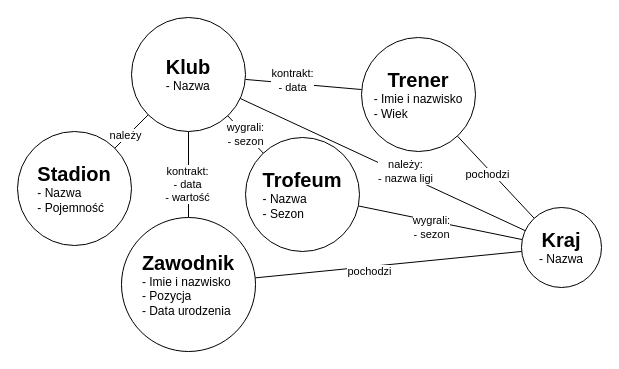
Above: Projekt_pikarski.drawio in albertmazur/scraper_club (draw.io), before the change. Source tidied: cells renumbered, new cells numbered last; positions are measured from the earlier drawing's top-left corner, leaving out a move shared by most shapes. Both pictures are drawn from the tidied source at 100%, with x=0, y=0 at pixel (17, 17).
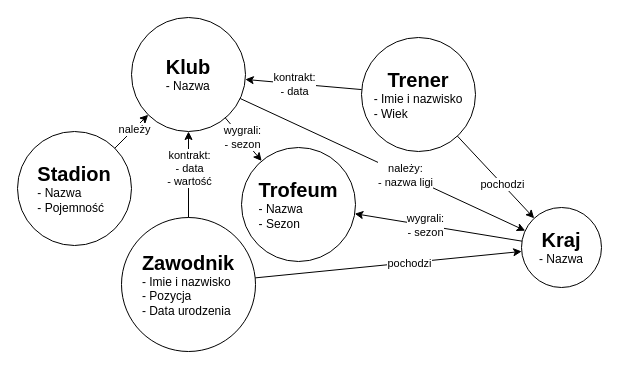
Above is the later version.

Commit message (it also covers changes not shown here):
Poprawa schematu

Unchanged cells that the change refers to:
```xml
<mxCell id="16" value="&lt;b&gt;&lt;font style=&quot;font-size: 20px;&quot;&gt;Zawodnik&lt;/font&gt;&lt;/b&gt;&lt;br&gt;&lt;div style=&quot;text-align: left;&quot;&gt;&lt;span style=&quot;background-color: initial;&quot;&gt;- Imie i nazwisko&lt;/span&gt;&lt;/div&gt;&lt;div style=&quot;text-align: left;&quot;&gt;&lt;span style=&quot;background-color: initial;&quot;&gt;- Pozycja&lt;/span&gt;&lt;/div&gt;&lt;div style=&quot;text-align: left;&quot;&gt;&lt;span style=&quot;background-color: initial;&quot;&gt;- Data urodzenia&lt;/span&gt;&lt;/div&gt;" style="ellipse;whiteSpace=wrap;html=1;align=center;" parent="1" vertex="1">
  <mxGeometry x="104" y="200" width="134" height="134" as="geometry" />
</mxCell>
<mxCell id="17" value="&lt;b&gt;&lt;font style=&quot;font-size: 20px;&quot;&gt;Stadion&lt;/font&gt;&lt;/b&gt;&lt;br&gt;&lt;div style=&quot;text-align: left;&quot;&gt;&lt;span style=&quot;background-color: initial;&quot;&gt;- Nazwa&lt;/span&gt;&lt;/div&gt;&lt;div style=&quot;text-align: left;&quot;&gt;&lt;span style=&quot;background-color: initial;&quot;&gt;- Pojemność&lt;/span&gt;&lt;/div&gt;" style="ellipse;whiteSpace=wrap;html=1;align=center;" parent="1" vertex="1">
  <mxGeometry y="114" width="114" height="114" as="geometry" />
</mxCell>
<mxCell id="19" value="&lt;span style=&quot;font-size: 20px;&quot;&gt;&lt;b&gt;Kraj&lt;/b&gt;&lt;/span&gt;&lt;br&gt;&lt;div style=&quot;text-align: left;&quot;&gt;&lt;span style=&quot;background-color: initial;&quot;&gt;- Nazwa&lt;/span&gt;&lt;/div&gt;" style="ellipse;whiteSpace=wrap;html=1;align=center;" parent="1" vertex="1">
  <mxGeometry x="504" y="190" width="80" height="80" as="geometry" />
</mxCell>
<mxCell id="20" value="&lt;span style=&quot;font-size: 20px;&quot;&gt;&lt;b&gt;Trener&lt;/b&gt;&lt;/span&gt;&lt;br&gt;&lt;div style=&quot;text-align: left;&quot;&gt;&lt;span style=&quot;background-color: initial;&quot;&gt;- Imie i nazwisko&lt;/span&gt;&lt;/div&gt;&lt;div style=&quot;text-align: left;&quot;&gt;&lt;span style=&quot;background-color: initial;&quot;&gt;- Wiek&lt;/span&gt;&lt;/div&gt;" style="ellipse;whiteSpace=wrap;html=1;align=center;" parent="1" vertex="1">
  <mxGeometry x="344" y="20" width="114" height="114" as="geometry" />
</mxCell>
<mxCell id="21" value="&lt;b&gt;&lt;font style=&quot;font-size: 20px;&quot;&gt;Klub&lt;/font&gt;&lt;/b&gt;&lt;br&gt;&lt;div style=&quot;text-align: left;&quot;&gt;&lt;span style=&quot;background-color: initial;&quot;&gt;- Nazwa&lt;/span&gt;&lt;/div&gt;" style="ellipse;whiteSpace=wrap;html=1;align=center;" parent="1" vertex="1">
  <mxGeometry x="114" width="114" height="114" as="geometry" />
</mxCell>
```

What changed in the source:
```diff
@@
-    <mxCell id="2" style="endArrow=none;html=1;rounded=0;" parent="1" edge="1" source="21" target="20">
-      <mxGeometry relative="1" as="geometry" />
-    </mxCell>
-    <mxCell id="3" value="kontrakt:&lt;br&gt;- data" style="edgeLabel;html=1;align=center;verticalAlign=middle;" parent="2" vertex="1">
-      <mxGeometry x="-0.2" y="4" relative="1" as="geometry" />
-    </mxCell>
-    <mxCell id="4" style="endArrow=none;html=1;rounded=0;" parent="1" edge="1" source="21" target="16">
-      <mxGeometry relative="1" as="geometry" />
-    </mxCell>
-    <mxCell id="5" value="kontrakt:&lt;br&gt;- data&lt;br&gt;- wartość" style="edgeLabel;html=1;align=center;verticalAlign=middle;" parent="4" vertex="1">
-      <mxGeometry x="0.2" y="-2" relative="1" as="geometry" />
-    </mxCell>
-    <mxCell id="6" value="wygrali:&lt;br&gt;- sezon" style="endArrow=none;html=1;rounded=0;" parent="1" edge="1" source="18" target="21">
-      <mxGeometry relative="1" as="geometry" />
-    </mxCell>
-    <mxCell id="7" style="endArrow=none;html=1;rounded=0;" parent="1" edge="1" source="17" target="21">
-      <mxGeometry relative="1" as="geometry" />
-    </mxCell>
-    <mxCell id="8" value="należy" style="edgeLabel;html=1;align=center;verticalAlign=middle;" parent="7" vertex="1">
-      <mxGeometry x="-0.31" y="2" relative="1" as="geometry" />
-    </mxCell>
-    <mxCell id="9" style="endArrow=none;html=1;rounded=0;" parent="1" edge="1" source="19" target="21">
-      <mxGeometry relative="1" as="geometry" />
-    </mxCell>
-    <mxCell id="10" value="należy:&lt;br&gt;- nazwa ligi" style="edgeLabel;html=1;align=center;verticalAlign=middle;" parent="9" vertex="1">
-      <mxGeometry x="-0.15" y="-4" relative="1" as="geometry" />
-    </mxCell>
-    <mxCell id="11" style="endArrow=none;html=1;rounded=0;" parent="1" edge="1" source="16" target="19">
-      <mxGeometry relative="1" as="geometry" />
-    </mxCell>
-    <mxCell id="12" value="pochodzi" style="edgeLabel;html=1;align=center;verticalAlign=middle;" parent="11" vertex="1">
-      <mxGeometry x="-0.15" y="-4" relative="1" as="geometry" />
-    </mxCell>
-    <mxCell id="13" style="endArrow=none;html=1;rounded=0;" parent="1" edge="1" source="20" target="19">
-      <mxGeometry relative="1" as="geometry" />
-    </mxCell>
-    <mxCell id="14" value="pochodzi" style="edgeLabel;html=1;align=center;verticalAlign=middle;" parent="13" vertex="1">
-      <mxGeometry x="-0.15" y="-4" relative="1" as="geometry" />
-    </mxCell>
-    <mxCell id="15" value="wygrali:&lt;br&gt;- sezon" style="endArrow=none;html=1;rounded=0;" parent="1" edge="1" source="19" target="18">
-      <mxGeometry x="0.09" y="6" relative="1" as="geometry" />
-    </mxCell>
@@
     <mxCell id="18" value="&lt;font style=&quot;&quot;&gt;&lt;span style=&quot;font-size: 20px;&quot;&gt;&lt;b&gt;Trofeum&lt;/b&gt;&lt;/span&gt;&lt;/font&gt;&lt;br&gt;&lt;div style=&quot;text-align: left;&quot;&gt;&lt;span style=&quot;background-color: initial;&quot;&gt;- Nazwa&lt;/span&gt;&lt;/div&gt;&lt;div style=&quot;text-align: left;&quot;&gt;&lt;span style=&quot;background-color: initial;&quot;&gt;- Sezon&lt;/span&gt;&lt;/div&gt;" style="ellipse;whiteSpace=wrap;html=1;align=center;" parent="1" vertex="1">
-      <mxGeometry x="228" y="120" width="114" height="114" as="geometry" />
+      <mxGeometry x="224" y="130" width="114" height="114" as="geometry" />
     </mxCell>
@@
+    <mxCell id="15" style="endArrow=classic;html=1;rounded=0;" parent="1" edge="1" source="19" target="18">
+      <mxGeometry relative="1" as="geometry" />
+    </mxCell>
+    <mxCell id="22" value="wygrali:&lt;br style=&quot;border-color: var(--border-color);&quot;&gt;- sezon" style="edgeLabel;html=1;align=center;verticalAlign=middle;" parent="15" vertex="1">
+      <mxGeometry x="0.16" relative="1" as="geometry" />
+    </mxCell>
+    <mxCell id="23" style="endArrow=classic;html=1;rounded=0;" parent="1" edge="1" source="21" target="19">
+      <mxGeometry relative="1" as="geometry" />
+    </mxCell>
+    <mxCell id="10" value="należy:&lt;br style=&quot;border-color: var(--border-color);&quot;&gt;- nazwa ligi" style="edgeLabel;html=1;align=center;verticalAlign=middle;" parent="23" vertex="1">
+      <mxGeometry x="0.16" relative="1" as="geometry" />
+    </mxCell>
+    <mxCell id="7" style="endArrow=classic;html=1;rounded=0;" parent="1" edge="1" source="17" target="21">
+      <mxGeometry relative="1" as="geometry" />
+    </mxCell>
+    <mxCell id="8" value="należy" style="edgeLabel;html=1;align=center;verticalAlign=middle;" parent="7" vertex="1">
+      <mxGeometry x="0.16" relative="1" as="geometry" />
+    </mxCell>
+    <mxCell id="24" style="endArrow=classic;html=1;rounded=0;" parent="1" edge="1" source="16" target="21">
+      <mxGeometry relative="1" as="geometry" />
+    </mxCell>
+    <mxCell id="5" value="kontrakt:&lt;br style=&quot;border-color: var(--border-color);&quot;&gt;- data&lt;br style=&quot;border-color: var(--border-color);&quot;&gt;- wartość" style="edgeLabel;html=1;align=center;verticalAlign=middle;" parent="24" vertex="1">
+      <mxGeometry x="0.16" relative="1" as="geometry" />
+    </mxCell>
+    <mxCell id="13" style="endArrow=classic;html=1;rounded=0;" parent="1" edge="1" source="20" target="19">
+      <mxGeometry relative="1" as="geometry" />
+    </mxCell>
+    <mxCell id="25" value="pochodzi" style="edgeLabel;html=1;align=center;verticalAlign=middle;" parent="13" vertex="1">
+      <mxGeometry x="0.16" relative="1" as="geometry" />
+    </mxCell>
+    <mxCell id="26" style="endArrow=classic;html=1;rounded=0;" parent="1" edge="1" source="20" target="21">
+      <mxGeometry relative="1" as="geometry" />
+    </mxCell>
+    <mxCell id="3" value="kontrakt:&lt;br style=&quot;border-color: var(--border-color);&quot;&gt;- data" style="edgeLabel;html=1;align=center;verticalAlign=middle;" parent="26" vertex="1">
+      <mxGeometry x="0.16" relative="1" as="geometry" />
+    </mxCell>
+    <mxCell id="11" style="endArrow=classic;html=1;rounded=0;" parent="1" edge="1" source="16" target="19">
+      <mxGeometry relative="1" as="geometry" />
+    </mxCell>
+    <mxCell id="27" value="pochodzi" style="edgeLabel;html=1;align=center;verticalAlign=middle;" parent="11" vertex="1">
+      <mxGeometry x="0.16" relative="1" as="geometry" />
+    </mxCell>
+    <mxCell id="28" style="endArrow=classic;html=1;rounded=0;" parent="1" edge="1" source="21" target="18">
+      <mxGeometry relative="1" as="geometry" />
+    </mxCell>
+    <mxCell id="29" value="wygrali:&lt;br style=&quot;border-color: var(--border-color);&quot;&gt;- sezon" style="edgeLabel;html=1;align=center;verticalAlign=middle;" parent="28" vertex="1">
+      <mxGeometry x="0.16" relative="1" as="geometry">
+        <mxPoint x="-5" y="-6" as="offset" />
+      </mxGeometry>
+    </mxCell>
```
